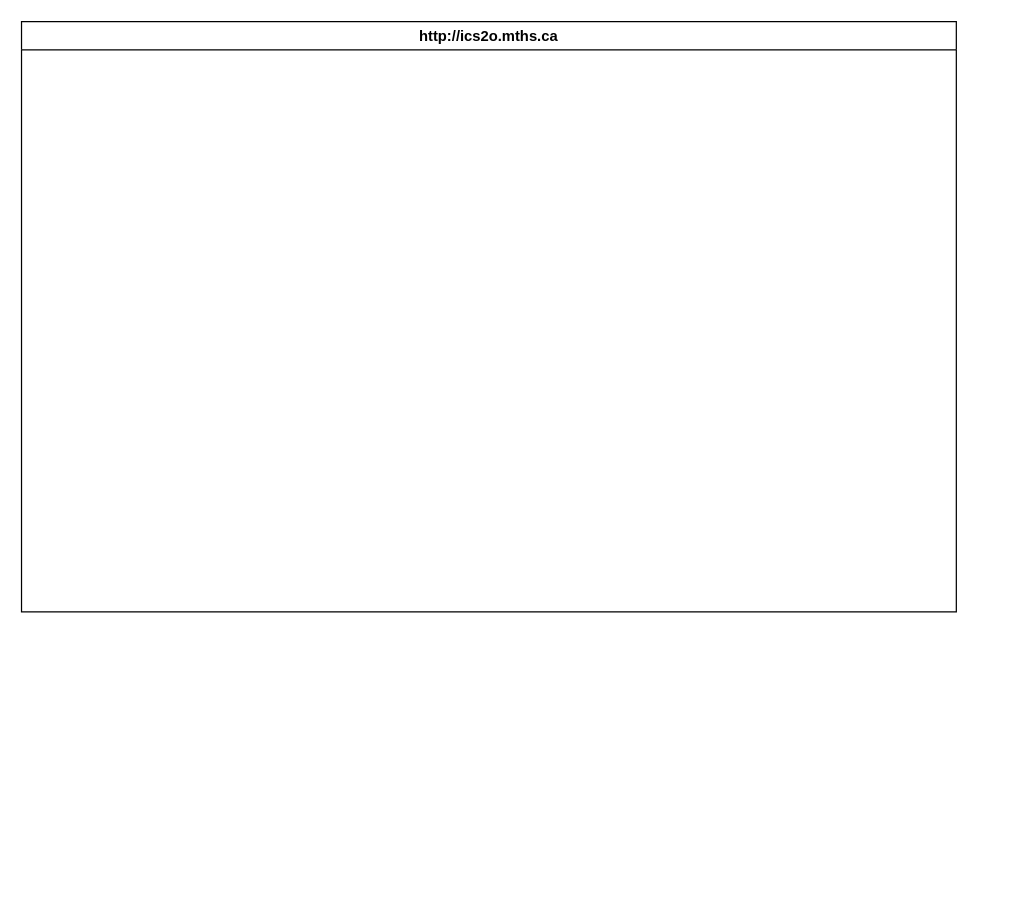
Earlier version of the draw.io diagram design/storyboard.drawio (MTHS-ICD2O-1-2023/ICD2O-Unit-3-02-jinyuzhe-calista-e). Source tidied: cells renumbered, new cells numbered last; positions are measured from the earlier drawing's top-left corner, leaving out a move shared by most shapes. Both pictures are drawn from the tidied source at 123%, with x=0, y=0 at pixel (21, 21).
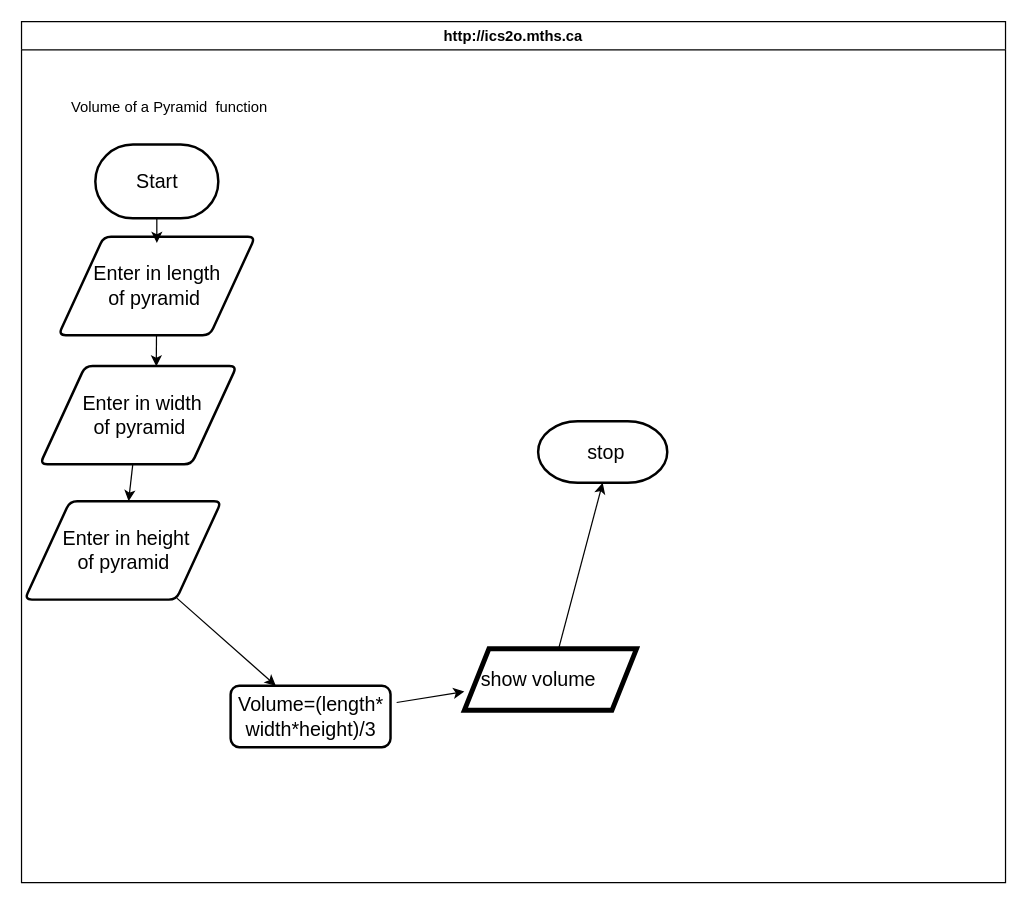
Above is the later version.

What changed in the source:
```diff
@@
-    <mxCell id="2" value="http://ics2o.mths.ca" style="swimlane;whiteSpace=wrap;html=1;" parent="1" vertex="1">
-      <mxGeometry width="760" height="480" as="geometry" />
+    <mxCell id="2" value="http://ics2o.mths.ca" style="swimlane;whiteSpace=wrap;html=1;fontStyle=1;" parent="1" vertex="1">
+      <mxGeometry width="800" height="700" as="geometry" />
     </mxCell>
+    <mxCell id="3" style="strokeWidth=2;html=1;shape=mxgraph.flowchart.terminator;whiteSpace=wrap;" parent="2" vertex="1">
+      <mxGeometry x="60" y="100" width="100" height="60" as="geometry" />
+    </mxCell>
+    <mxCell id="4" value="Volume of a Pyramid&amp;nbsp; function" style="text;html=1;align=center;verticalAlign=middle;strokeColor=none;fillColor=none;" parent="2" vertex="1">
+      <mxGeometry x="30" y="55" width="180" height="30" as="geometry" />
+    </mxCell>
+    <mxCell id="5" value="Start" style="text;html=1;align=center;verticalAlign=middle;strokeColor=none;fillColor=none;strokeWidth=4;fontSize=16;" parent="2" vertex="1">
+      <mxGeometry x="80" y="115" width="60" height="30" as="geometry" />
+    </mxCell>
+    <mxCell id="6" style="edgeStyle=none;html=1;entryX=0.591;entryY=0.005;entryDx=0;entryDy=0;entryPerimeter=0;fontSize=16;" parent="2" edge="1" source="7" target="15">
+      <mxGeometry relative="1" as="geometry" />
+    </mxCell>
+    <mxCell id="7" style="shape=parallelogram;html=1;strokeWidth=2;perimeter=parallelogramPerimeter;whiteSpace=wrap;rounded=1;arcSize=12;size=0.23;fontSize=16;" parent="2" vertex="1">
+      <mxGeometry x="30" y="175" width="160" height="80" as="geometry" />
+    </mxCell>
+    <mxCell id="8" value="Enter in length&lt;br&gt;of pyramid&amp;nbsp;" style="text;html=1;align=center;verticalAlign=middle;strokeColor=none;fillColor=none;fontSize=16;" parent="2" vertex="1">
+      <mxGeometry x="45" y="190" width="130" height="50" as="geometry" />
+    </mxCell>
+    <mxCell id="9" style="edgeStyle=none;html=1;fontSize=16;" parent="2" edge="1" source="3">
+      <mxGeometry relative="1" as="geometry">
+        <mxPoint x="110" y="180" as="targetPoint" />
+      </mxGeometry>
+    </mxCell>
+    <mxCell id="10" style="rounded=1;whiteSpace=wrap;html=1;absoluteArcSize=1;arcSize=14;strokeWidth=2;fontSize=16;" parent="2" vertex="1">
+      <mxGeometry x="170" y="540" width="130" height="50" as="geometry" />
+    </mxCell>
+    <mxCell id="11" style="edgeStyle=none;html=1;fontSize=16;" parent="2" edge="1" source="12" target="22">
+      <mxGeometry relative="1" as="geometry" />
+    </mxCell>
+    <mxCell id="12" value="Volume=(length*&lt;br&gt;width*height)/3" style="text;html=1;align=center;verticalAlign=middle;points=[];strokeColor=none;fillColor=none;fontSize=16;" parent="2" vertex="1">
+      <mxGeometry x="165" y="540" width="140" height="50" as="geometry" />
+    </mxCell>
+    <mxCell id="13" style="strokeWidth=2;html=1;shape=mxgraph.flowchart.terminator;whiteSpace=wrap;fontSize=16;" parent="2" vertex="1">
+      <mxGeometry x="420" y="325" width="105" height="50" as="geometry" />
+    </mxCell>
+    <mxCell id="14" value="&lt;font style=&quot;font-size: 16px;&quot;&gt;stop&lt;/font&gt;" style="text;html=1;align=center;verticalAlign=middle;strokeColor=none;fillColor=none;fontSize=16;" parent="2" vertex="1">
+      <mxGeometry x="450" y="335" width="50" height="30" as="geometry" />
+    </mxCell>
+    <mxCell id="15" style="shape=parallelogram;html=1;strokeWidth=2;perimeter=parallelogramPerimeter;whiteSpace=wrap;rounded=1;arcSize=12;size=0.23;fontSize=16;" parent="2" vertex="1">
+      <mxGeometry x="15" y="280" width="160" height="80" as="geometry" />
+    </mxCell>
+    <mxCell id="16" style="edgeStyle=none;html=1;fontSize=16;" parent="2" edge="1" source="17" target="12">
+      <mxGeometry relative="1" as="geometry" />
+    </mxCell>
+    <mxCell id="17" style="shape=parallelogram;html=1;strokeWidth=2;perimeter=parallelogramPerimeter;whiteSpace=wrap;rounded=1;arcSize=12;size=0.23;fontSize=16;" parent="2" vertex="1">
+      <mxGeometry x="2.5" y="390" width="160" height="80" as="geometry" />
+    </mxCell>
+    <mxCell id="18" value="Enter in width&lt;br&gt;of pyramid&amp;nbsp;" style="text;html=1;align=center;verticalAlign=middle;strokeColor=none;fillColor=none;fontSize=16;" parent="2" vertex="1">
+      <mxGeometry x="37.5" y="295" width="120" height="50" as="geometry" />
+    </mxCell>
+    <mxCell id="19" value="Enter in height&lt;br&gt;of pyramid&amp;nbsp;" style="text;html=1;align=center;verticalAlign=middle;strokeColor=none;fillColor=none;fontSize=16;" parent="2" vertex="1">
+      <mxGeometry x="20" y="405" width="130" height="50" as="geometry" />
+    </mxCell>
+    <mxCell id="20" style="edgeStyle=none;html=1;fontSize=16;" parent="2" edge="1" source="15" target="17">
+      <mxGeometry relative="1" as="geometry" />
+    </mxCell>
+    <mxCell id="21" style="shape=parallelogram;perimeter=parallelogramPerimeter;whiteSpace=wrap;html=1;fixedSize=1;strokeWidth=4;fontSize=16;" parent="2" vertex="1">
+      <mxGeometry x="360" y="510" width="140" height="50" as="geometry" />
+    </mxCell>
+    <mxCell id="22" value="show volume" style="text;html=1;align=center;verticalAlign=middle;points=[];strokeColor=none;fillColor=none;fontSize=16;" parent="2" vertex="1">
+      <mxGeometry x="360" y="520" width="120" height="30" as="geometry" />
+    </mxCell>
+    <mxCell id="23" style="edgeStyle=none;html=1;fontSize=16;entryX=0.5;entryY=1;entryDx=0;entryDy=0;entryPerimeter=0;" parent="2" edge="1" source="21" target="13">
+      <mxGeometry relative="1" as="geometry" />
+    </mxCell>
```
